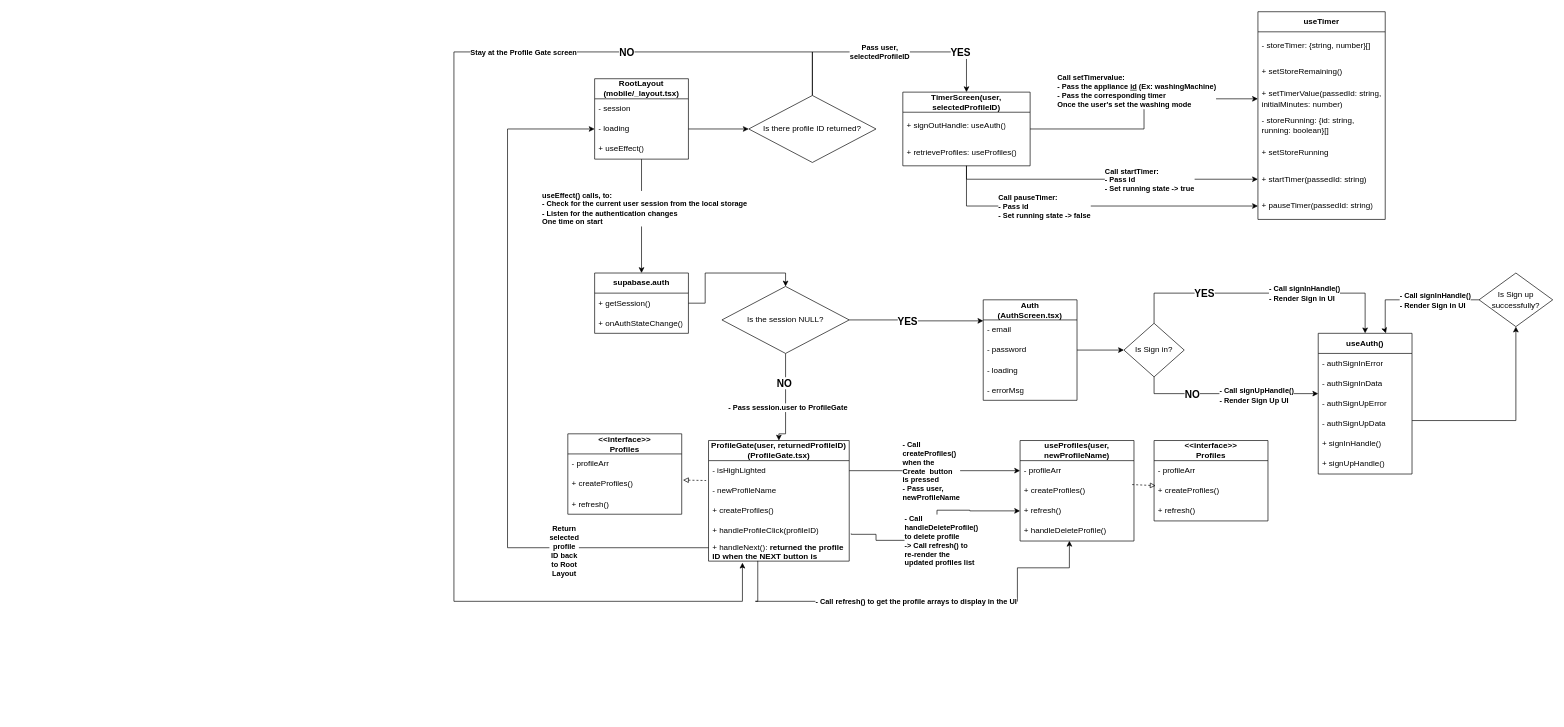
Above: page "UML Class Diagram" (1 of 2) of Class_Diagram_Web.drawio in khanhsaan/SharedTimer_v1 (draw.io), before the change. Source tidied: cells renumbered, new cells numbered last; positions are measured from the earlier drawing's top-left corner, leaving out a move shared by most shapes. Both pictures are drawn from the tidied source at 67%, with x=0, y=0 at pixel (454, 11).
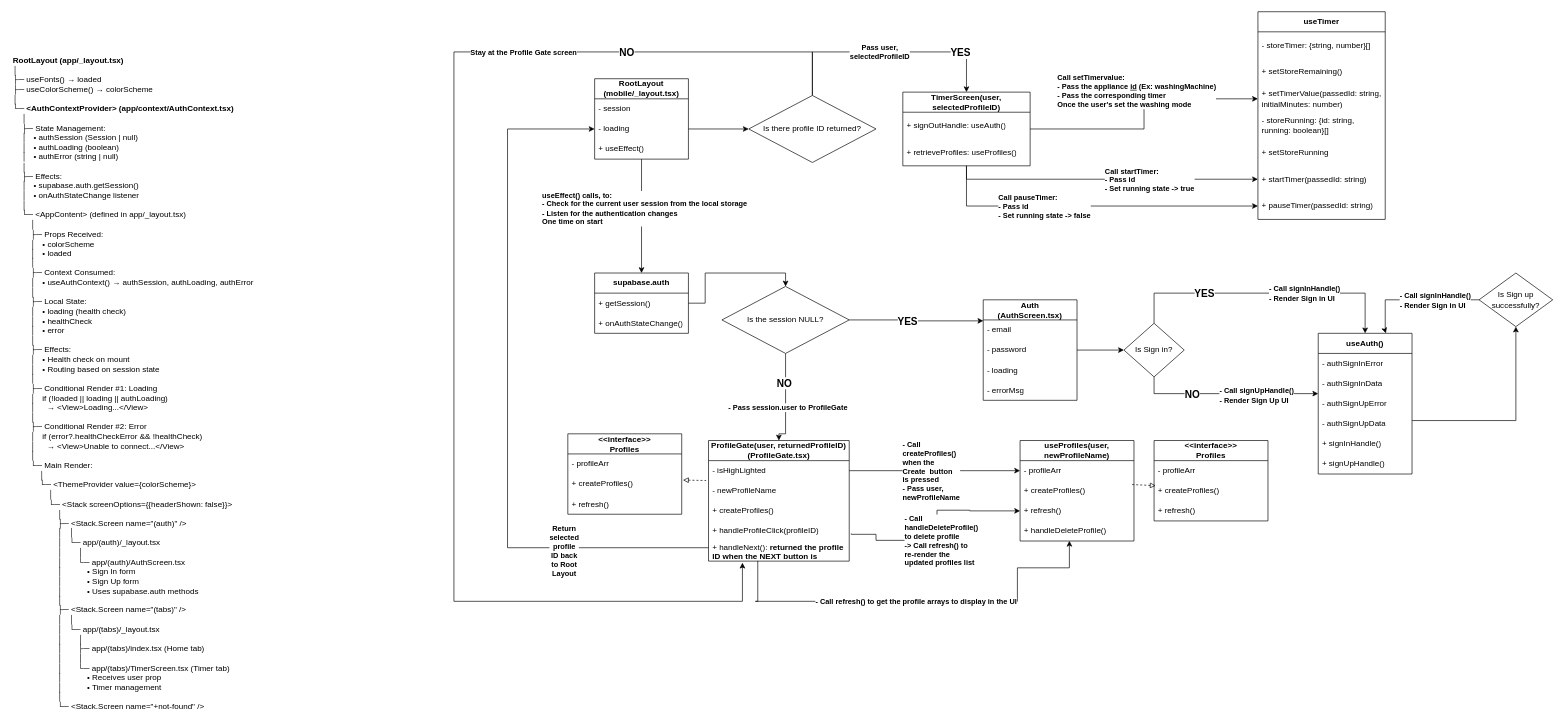
The same page after the edit.

Diff of the diagram source:
```diff
@@
+    <mxCell id="96" value="&lt;div&gt;&lt;b&gt;RootLayout (app/_layout.tsx)&lt;/b&gt;&lt;/div&gt;&lt;div&gt;│&lt;/div&gt;&lt;div&gt;├─ useFonts() → loaded&lt;/div&gt;&lt;div&gt;├─ useColorScheme() → colorScheme&lt;/div&gt;&lt;div&gt;│&lt;/div&gt;&lt;div&gt;&lt;b&gt;└─ &amp;lt;AuthContextProvider&amp;gt; (app/context/AuthContext.tsx)&lt;/b&gt;&lt;/div&gt;&lt;div&gt;&amp;nbsp; &amp;nbsp; │&lt;/div&gt;&lt;div&gt;&amp;nbsp; &amp;nbsp; ├─ State Management:&lt;/div&gt;&lt;div&gt;&amp;nbsp; &amp;nbsp; │&amp;nbsp; &amp;nbsp;• authSession (Session | null)&lt;/div&gt;&lt;div&gt;&amp;nbsp; &amp;nbsp; │&amp;nbsp; &amp;nbsp;• authLoading (boolean)&lt;/div&gt;&lt;div&gt;&amp;nbsp; &amp;nbsp; │&amp;nbsp; &amp;nbsp;• authError (string | null)&lt;/div&gt;&lt;div&gt;&amp;nbsp; &amp;nbsp; │&lt;/div&gt;&lt;div&gt;&amp;nbsp; &amp;nbsp; ├─ Effects:&lt;/div&gt;&lt;div&gt;&amp;nbsp; &amp;nbsp; │&amp;nbsp; &amp;nbsp;• supabase.auth.getSession()&lt;/div&gt;&lt;div&gt;&amp;nbsp; &amp;nbsp; │&amp;nbsp; &amp;nbsp;• onAuthStateChange listener&lt;/div&gt;&lt;div&gt;&amp;nbsp; &amp;nbsp; │&lt;/div&gt;&lt;div&gt;&amp;nbsp; &amp;nbsp; └─ &amp;lt;AppContent&amp;gt; (defined in app/_layout.tsx)&lt;/div&gt;&lt;div&gt;&amp;nbsp; &amp;nbsp; &amp;nbsp; &amp;nbsp; │&lt;/div&gt;&lt;div&gt;&amp;nbsp; &amp;nbsp; &amp;nbsp; &amp;nbsp; ├─ Props Received:&lt;/div&gt;&lt;div&gt;&amp;nbsp; &amp;nbsp; &amp;nbsp; &amp;nbsp; │&amp;nbsp; &amp;nbsp;• colorScheme&lt;/div&gt;&lt;div&gt;&amp;nbsp; &amp;nbsp; &amp;nbsp; &amp;nbsp; │&amp;nbsp; &amp;nbsp;• loaded&lt;/div&gt;&lt;div&gt;&amp;nbsp; &amp;nbsp; &amp;nbsp; &amp;nbsp; │&lt;/div&gt;&lt;div&gt;&amp;nbsp; &amp;nbsp; &amp;nbsp; &amp;nbsp; ├─ Context Consumed:&lt;/div&gt;&lt;div&gt;&amp;nbsp; &amp;nbsp; &amp;nbsp; &amp;nbsp; │&amp;nbsp; &amp;nbsp;• useAuthContext() → authSession, authLoading, authError&lt;/div&gt;&lt;div&gt;&amp;nbsp; &amp;nbsp; &amp;nbsp; &amp;nbsp; │&lt;/div&gt;&lt;div&gt;&amp;nbsp; &amp;nbsp; &amp;nbsp; &amp;nbsp; ├─ Local State:&lt;/div&gt;&lt;div&gt;&amp;nbsp; &amp;nbsp; &amp;nbsp; &amp;nbsp; │&amp;nbsp; &amp;nbsp;• loading (health check)&lt;/div&gt;&lt;div&gt;&amp;nbsp; &amp;nbsp; &amp;nbsp; &amp;nbsp; │&amp;nbsp; &amp;nbsp;• healthCheck&lt;/div&gt;&lt;div&gt;&amp;nbsp; &amp;nbsp; &amp;nbsp; &amp;nbsp; │&amp;nbsp; &amp;nbsp;• error&lt;/div&gt;&lt;div&gt;&amp;nbsp; &amp;nbsp; &amp;nbsp; &amp;nbsp; │&lt;/div&gt;&lt;div&gt;&amp;nbsp; &amp;nbsp; &amp;nbsp; &amp;nbsp; ├─ Effects:&lt;/div&gt;&lt;div&gt;&amp;nbsp; &amp;nbsp; &amp;nbsp; &amp;nbsp; │&amp;nbsp; &amp;nbsp;• Health check on mount&lt;/div&gt;&lt;div&gt;&amp;nbsp; &amp;nbsp; &amp;nbsp; &amp;nbsp; │&amp;nbsp; &amp;nbsp;• Routing based on session state&lt;/div&gt;&lt;div&gt;&amp;nbsp; &amp;nbsp; &amp;nbsp; &amp;nbsp; │&lt;/div&gt;&lt;div&gt;&amp;nbsp; &amp;nbsp; &amp;nbsp; &amp;nbsp; ├─ Conditional Render #1: Loading&lt;/div&gt;&lt;div&gt;&amp;nbsp; &amp;nbsp; &amp;nbsp; &amp;nbsp; │&amp;nbsp; &amp;nbsp;if (!loaded || loading || authLoading)&lt;/div&gt;&lt;div&gt;&amp;nbsp; &amp;nbsp; &amp;nbsp; &amp;nbsp; │&amp;nbsp; &amp;nbsp; &amp;nbsp;→ &amp;lt;View&amp;gt;Loading...&amp;lt;/View&amp;gt;&lt;/div&gt;&lt;div&gt;&amp;nbsp; &amp;nbsp; &amp;nbsp; &amp;nbsp; │&lt;/div&gt;&lt;div&gt;&amp;nbsp; &amp;nbsp; &amp;nbsp; &amp;nbsp; ├─ Conditional Render #2: Error&lt;/div&gt;&lt;div&gt;&amp;nbsp; &amp;nbsp; &amp;nbsp; &amp;nbsp; │&amp;nbsp; &amp;nbsp;if (error?.healthCheckError &amp;amp;&amp;amp; !healthCheck)&lt;/div&gt;&lt;div&gt;&amp;nbsp; &amp;nbsp; &amp;nbsp; &amp;nbsp; │&amp;nbsp; &amp;nbsp; &amp;nbsp;→ &amp;lt;View&amp;gt;Unable to connect...&amp;lt;/View&amp;gt;&lt;/div&gt;&lt;div&gt;&amp;nbsp; &amp;nbsp; &amp;nbsp; &amp;nbsp; │&lt;/div&gt;&lt;div&gt;&amp;nbsp; &amp;nbsp; &amp;nbsp; &amp;nbsp; └─ Main Render:&lt;/div&gt;&lt;div&gt;&amp;nbsp; &amp;nbsp; &amp;nbsp; &amp;nbsp; &amp;nbsp; &amp;nbsp; │&lt;/div&gt;&lt;div&gt;&amp;nbsp; &amp;nbsp; &amp;nbsp; &amp;nbsp; &amp;nbsp; &amp;nbsp; └─ &amp;lt;ThemeProvider value={colorScheme}&amp;gt;&lt;/div&gt;&lt;div&gt;&amp;nbsp; &amp;nbsp; &amp;nbsp; &amp;nbsp; &amp;nbsp; &amp;nbsp; &amp;nbsp; &amp;nbsp; │&lt;/div&gt;&lt;div&gt;&amp;nbsp; &amp;nbsp; &amp;nbsp; &amp;nbsp; &amp;nbsp; &amp;nbsp; &amp;nbsp; &amp;nbsp; └─ &amp;lt;Stack screenOptions={{headerShown: false}}&amp;gt;&lt;/div&gt;&lt;div&gt;&amp;nbsp; &amp;nbsp; &amp;nbsp; &amp;nbsp; &amp;nbsp; &amp;nbsp; &amp;nbsp; &amp;nbsp; &amp;nbsp; &amp;nbsp; │&lt;/div&gt;&lt;div&gt;&amp;nbsp; &amp;nbsp; &amp;nbsp; &amp;nbsp; &amp;nbsp; &amp;nbsp; &amp;nbsp; &amp;nbsp; &amp;nbsp; &amp;nbsp; ├─ &amp;lt;Stack.Screen name=&quot;(auth)&quot; /&amp;gt;&lt;/div&gt;&lt;div&gt;&amp;nbsp; &amp;nbsp; &amp;nbsp; &amp;nbsp; &amp;nbsp; &amp;nbsp; &amp;nbsp; &amp;nbsp; &amp;nbsp; &amp;nbsp; │&amp;nbsp; &amp;nbsp;│&lt;/div&gt;&lt;div&gt;&amp;nbsp; &amp;nbsp; &amp;nbsp; &amp;nbsp; &amp;nbsp; &amp;nbsp; &amp;nbsp; &amp;nbsp; &amp;nbsp; &amp;nbsp; │&amp;nbsp; &amp;nbsp;└─ app/(auth)/_layout.tsx&lt;/div&gt;&lt;div&gt;&amp;nbsp; &amp;nbsp; &amp;nbsp; &amp;nbsp; &amp;nbsp; &amp;nbsp; &amp;nbsp; &amp;nbsp; &amp;nbsp; &amp;nbsp; │&amp;nbsp; &amp;nbsp; &amp;nbsp; &amp;nbsp;│&lt;/div&gt;&lt;div&gt;&amp;nbsp; &amp;nbsp; &amp;nbsp; &amp;nbsp; &amp;nbsp; &amp;nbsp; &amp;nbsp; &amp;nbsp; &amp;nbsp; &amp;nbsp; │&amp;nbsp; &amp;nbsp; &amp;nbsp; &amp;nbsp;└─ app/(auth)/AuthScreen.tsx&lt;/div&gt;&lt;div&gt;&amp;nbsp; &amp;nbsp; &amp;nbsp; &amp;nbsp; &amp;nbsp; &amp;nbsp; &amp;nbsp; &amp;nbsp; &amp;nbsp; &amp;nbsp; │&amp;nbsp; &amp;nbsp; &amp;nbsp; &amp;nbsp; &amp;nbsp; &amp;nbsp;• Sign In form&lt;/div&gt;&lt;div&gt;&amp;nbsp; &amp;nbsp; &amp;nbsp; &amp;nbsp; &amp;nbsp; &amp;nbsp; &amp;nbsp; &amp;nbsp; &amp;nbsp; &amp;nbsp; │&amp;nbsp; &amp;nbsp; &amp;nbsp; &amp;nbsp; &amp;nbsp; &amp;nbsp;• Sign Up form&lt;/div&gt;&lt;div&gt;&amp;nbsp; &amp;nbsp; &amp;nbsp; &amp;nbsp; &amp;nbsp; &amp;nbsp; &amp;nbsp; &amp;nbsp; &amp;nbsp; &amp;nbsp; │&amp;nbsp; &amp;nbsp; &amp;nbsp; &amp;nbsp; &amp;nbsp; &amp;nbsp;• Uses supabase.auth methods&lt;/div&gt;&lt;div&gt;&amp;nbsp; &amp;nbsp; &amp;nbsp; &amp;nbsp; &amp;nbsp; &amp;nbsp; &amp;nbsp; &amp;nbsp; &amp;nbsp; &amp;nbsp; │&lt;/div&gt;&lt;div&gt;&amp;nbsp; &amp;nbsp; &amp;nbsp; &amp;nbsp; &amp;nbsp; &amp;nbsp; &amp;nbsp; &amp;nbsp; &amp;nbsp; &amp;nbsp; ├─ &amp;lt;Stack.Screen name=&quot;(tabs)&quot; /&amp;gt;&lt;/div&gt;&lt;div&gt;&amp;nbsp; &amp;nbsp; &amp;nbsp; &amp;nbsp; &amp;nbsp; &amp;nbsp; &amp;nbsp; &amp;nbsp; &amp;nbsp; &amp;nbsp; │&amp;nbsp; &amp;nbsp;│&lt;/div&gt;&lt;div&gt;&amp;nbsp; &amp;nbsp; &amp;nbsp; &amp;nbsp; &amp;nbsp; &amp;nbsp; &amp;nbsp; &amp;nbsp; &amp;nbsp; &amp;nbsp; │&amp;nbsp; &amp;nbsp;└─ app/(tabs)/_layout.tsx&lt;/div&gt;&lt;div&gt;&amp;nbsp; &amp;nbsp; &amp;nbsp; &amp;nbsp; &amp;nbsp; &amp;nbsp; &amp;nbsp; &amp;nbsp; &amp;nbsp; &amp;nbsp; │&amp;nbsp; &amp;nbsp; &amp;nbsp; &amp;nbsp;│&lt;/div&gt;&lt;div&gt;&amp;nbsp; &amp;nbsp; &amp;nbsp; &amp;nbsp; &amp;nbsp; &amp;nbsp; &amp;nbsp; &amp;nbsp; &amp;nbsp; &amp;nbsp; │&amp;nbsp; &amp;nbsp; &amp;nbsp; &amp;nbsp;├─ app/(tabs)/index.tsx (Home tab)&lt;/div&gt;&lt;div&gt;&amp;nbsp; &amp;nbsp; &amp;nbsp; &amp;nbsp; &amp;nbsp; &amp;nbsp; &amp;nbsp; &amp;nbsp; &amp;nbsp; &amp;nbsp; │&amp;nbsp; &amp;nbsp; &amp;nbsp; &amp;nbsp;│&lt;/div&gt;&lt;div&gt;&amp;nbsp; &amp;nbsp; &amp;nbsp; &amp;nbsp; &amp;nbsp; &amp;nbsp; &amp;nbsp; &amp;nbsp; &amp;nbsp; &amp;nbsp; │&amp;nbsp; &amp;nbsp; &amp;nbsp; &amp;nbsp;└─ app/(tabs)/TimerScreen.tsx (Timer tab)&lt;/div&gt;&lt;div&gt;&amp;nbsp; &amp;nbsp; &amp;nbsp; &amp;nbsp; &amp;nbsp; &amp;nbsp; &amp;nbsp; &amp;nbsp; &amp;nbsp; &amp;nbsp; │&amp;nbsp; &amp;nbsp; &amp;nbsp; &amp;nbsp; &amp;nbsp; &amp;nbsp;• Receives user prop&lt;/div&gt;&lt;div&gt;&amp;nbsp; &amp;nbsp; &amp;nbsp; &amp;nbsp; &amp;nbsp; &amp;nbsp; &amp;nbsp; &amp;nbsp; &amp;nbsp; &amp;nbsp; │&amp;nbsp; &amp;nbsp; &amp;nbsp; &amp;nbsp; &amp;nbsp; &amp;nbsp;• Timer management&lt;/div&gt;&lt;div&gt;&amp;nbsp; &amp;nbsp; &amp;nbsp; &amp;nbsp; &amp;nbsp; &amp;nbsp; &amp;nbsp; &amp;nbsp; &amp;nbsp; &amp;nbsp; │&lt;/div&gt;&lt;div&gt;&amp;nbsp; &amp;nbsp; &amp;nbsp; &amp;nbsp; &amp;nbsp; &amp;nbsp; &amp;nbsp; &amp;nbsp; &amp;nbsp; &amp;nbsp; └─ &amp;lt;Stack.Screen name=&quot;+not-found&quot; /&amp;gt;&lt;/div&gt;" style="text;html=1;whiteSpace=wrap;strokeColor=none;fillColor=none;align=left;verticalAlign=middle;rounded=0;" parent="1" vertex="1">
+      <mxGeometry x="-660" y="60" width="390" height="990" as="geometry" />
+    </mxCell>
```
